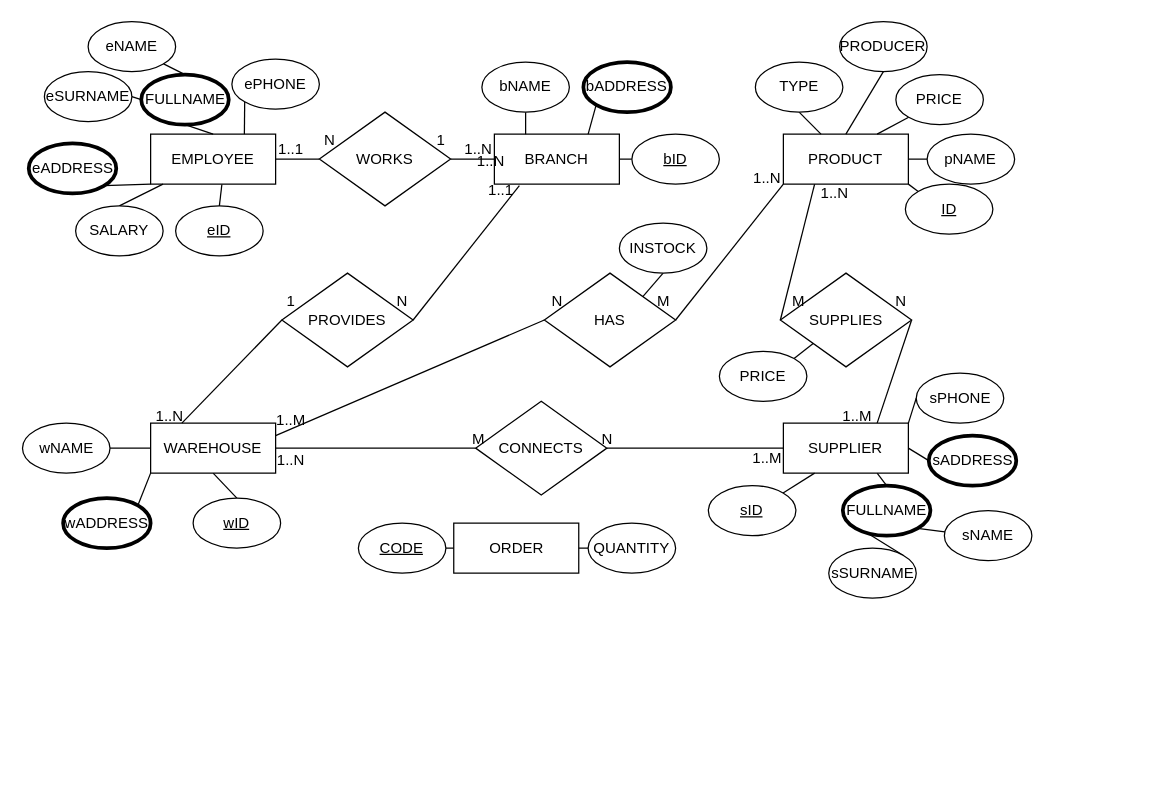
Earlier version of the draw.io diagram Untitled Diagram.drawio (ChrysiAlexan/Diagrams). Source tidied: cells renumbered, new cells numbered last; positions are measured from the earlier drawing's top-left corner, leaving out a move shared by most shapes. Both pictures are drawn from the tidied source at 125%, with x=0, y=0 at pixel (21, 21).
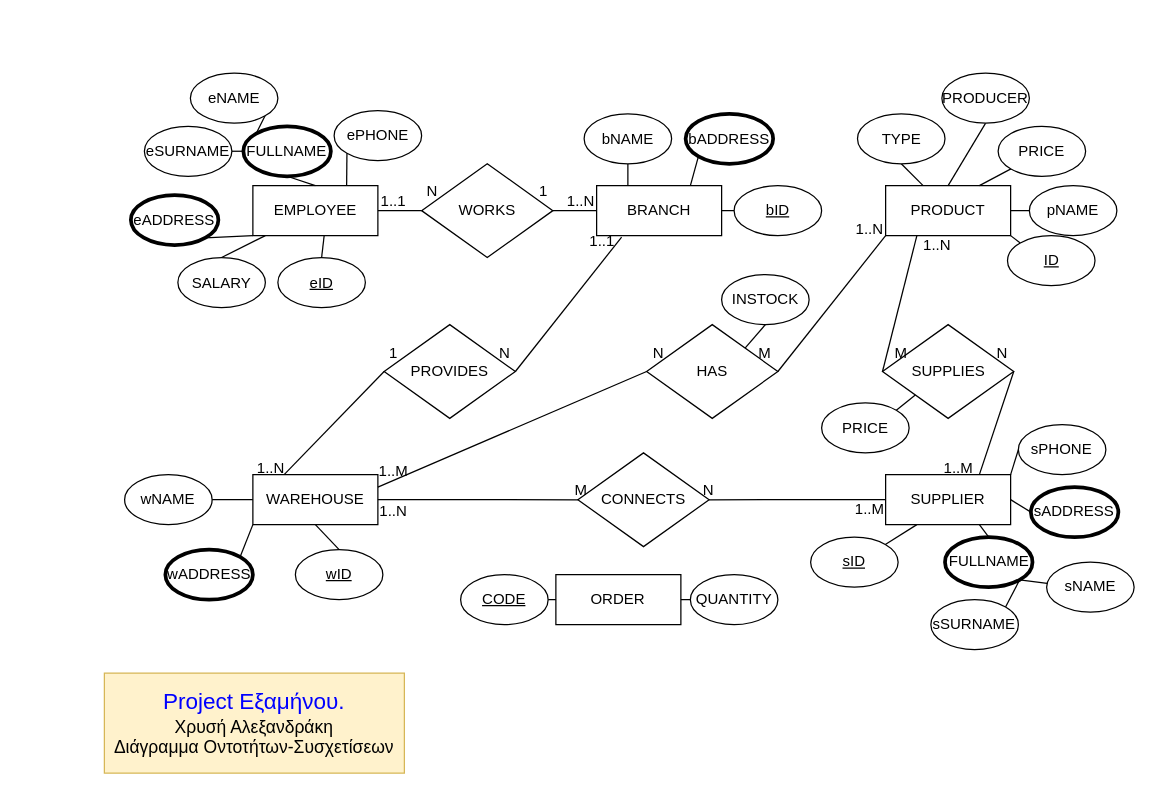
After the change.

Diff of the diagram source:
```diff
@@
     <mxCell id="3" value="WAREHOUSE" style="rounded=0;whiteSpace=wrap;html=1;labelBackgroundColor=none;" parent="1" vertex="1">
-      <mxGeometry x="103" y="321" width="100" height="40" as="geometry" />
+      <mxGeometry x="184.8" y="362.2" width="100" height="40" as="geometry" />
     </mxCell>
@@
     <mxCell id="5" value="BRANCH" style="rounded=0;whiteSpace=wrap;html=1;labelBackgroundColor=none;" parent="1" vertex="1">
-      <mxGeometry x="378" y="89.8" width="100" height="40" as="geometry" />
+      <mxGeometry x="459.8" y="131" width="100" height="40" as="geometry" />
     </mxCell>
@@
     <mxCell id="7" value="EMPLOYEE" style="rounded=0;whiteSpace=wrap;html=1;labelBackgroundColor=none;" parent="1" vertex="1">
-      <mxGeometry x="103" y="89.8" width="100" height="40" as="geometry" />
+      <mxGeometry x="184.8" y="131" width="100" height="40" as="geometry" />
     </mxCell>
     <mxCell id="8" value="ORDER" style="rounded=0;whiteSpace=wrap;html=1;labelBackgroundColor=none;" parent="1" vertex="1">
-      <mxGeometry x="345.5" y="401" width="100" height="40" as="geometry" />
+      <mxGeometry x="427.2" y="442.2" width="100" height="40" as="geometry" />
     </mxCell>
@@
     <mxCell id="13" value="SUPPLIER" style="rounded=0;whiteSpace=wrap;html=1;labelBackgroundColor=none;" parent="1" vertex="1">
-      <mxGeometry x="609.2" y="321" width="100" height="40" as="geometry" />
+      <mxGeometry x="691" y="362.2" width="100" height="40" as="geometry" />
     </mxCell>
@@
     <mxCell id="15" value="wNAME" style="ellipse;whiteSpace=wrap;html=1;labelBackgroundColor=none;rounded=0;" parent="1" vertex="1">
-      <mxGeometry x="0.5" y="321" width="70" height="40" as="geometry" />
+      <mxGeometry x="82.2" y="362.2" width="70" height="40" as="geometry" />
     </mxCell>
@@
     <mxCell id="17" value="bNAME" style="ellipse;whiteSpace=wrap;html=1;labelBackgroundColor=none;rounded=0;" parent="1" vertex="1">
-      <mxGeometry x="368" y="32.2" width="70" height="40" as="geometry" />
+      <mxGeometry x="449.8" y="73.5" width="70" height="40" as="geometry" />
     </mxCell>
+    <mxCell id="101" style="edgeStyle=none;rounded=0;jettySize=auto;html=1;exitX=1;exitY=1;exitDx=0;exitDy=0;entryX=0;entryY=0;entryDx=0;entryDy=0;fontSize=18;fontColor=#0000FF;endArrow=none;endFill=0;" parent="1" edge="1" source="18" target="32">
+      <mxGeometry relative="1" as="geometry" />
+    </mxCell>
     <mxCell id="18" value="eNAME" style="ellipse;whiteSpace=wrap;html=1;labelBackgroundColor=none;rounded=0;" parent="1" vertex="1">
-      <mxGeometry x="53" y="-0.2" width="70" height="40" as="geometry" />
+      <mxGeometry x="134.8" y="41" width="70" height="40" as="geometry" />
     </mxCell>
     <mxCell id="19" value="sNAME" style="ellipse;whiteSpace=wrap;html=1;labelBackgroundColor=none;rounded=0;" parent="1" vertex="1">
-      <mxGeometry x="738" y="391" width="70" height="40" as="geometry" />
+      <mxGeometry x="819.8" y="432.2" width="70" height="40" as="geometry" />
     </mxCell>
@@
     <mxCell id="21" value="bADDRESS" style="ellipse;whiteSpace=wrap;html=1;strokeWidth=3;labelBackgroundColor=none;rounded=0;" parent="1" vertex="1">
-      <mxGeometry x="449.2" y="32.2" width="70" height="40" as="geometry" />
+      <mxGeometry x="531" y="73.5" width="70" height="40" as="geometry" />
     </mxCell>
@@
     <mxCell id="23" value="eADDRESS" style="ellipse;whiteSpace=wrap;html=1;strokeWidth=3;labelBackgroundColor=none;rounded=0;" parent="1" vertex="1">
-      <mxGeometry x="5.5" y="97.2" width="70" height="40" as="geometry" />
+      <mxGeometry x="87.2" y="138.5" width="70" height="40" as="geometry" />
     </mxCell>
@@
     <mxCell id="25" value="wADDRESS" style="ellipse;whiteSpace=wrap;html=1;strokeWidth=3;labelBackgroundColor=none;rounded=0;" parent="1" vertex="1">
-      <mxGeometry x="33" y="381" width="70" height="40" as="geometry" />
+      <mxGeometry x="114.8" y="422.2" width="70" height="40" as="geometry" />
     </mxCell>
     <mxCell id="26" value="sADDRESS" style="ellipse;whiteSpace=wrap;html=1;strokeWidth=3;labelBackgroundColor=none;rounded=0;" parent="1" vertex="1">
-      <mxGeometry x="725.5" y="331" width="70" height="40" as="geometry" />
+      <mxGeometry x="807.2" y="372.2" width="70" height="40" as="geometry" />
     </mxCell>
@@
     <mxCell id="28" value="FULLNAME" style="ellipse;whiteSpace=wrap;html=1;strokeWidth=3;labelBackgroundColor=none;rounded=0;" parent="1" vertex="1">
-      <mxGeometry x="656.8" y="371" width="70" height="40" as="geometry" />
+      <mxGeometry x="738.5" y="412.2" width="70" height="40" as="geometry" />
     </mxCell>
-    <mxCell id="29" style="edgeStyle=none;rounded=0;jettySize=auto;html=1;exitX=0.5;exitY=0;exitDx=0;exitDy=0;entryX=1;entryY=1;entryDx=0;entryDy=0;endArrow=none;endFill=0;" parent="1" edge="1" source="32" target="18">
-      <mxGeometry relative="1" as="geometry" />
-    </mxCell>
@@
     <mxCell id="32" value="FULLNAME" style="ellipse;whiteSpace=wrap;html=1;strokeWidth=3;labelBackgroundColor=none;rounded=0;" parent="1" vertex="1">
-      <mxGeometry x="95.5" y="42.2" width="70" height="40" as="geometry" />
+      <mxGeometry x="177.2" y="83.5" width="70" height="40" as="geometry" />
     </mxCell>
@@
     <mxCell id="34" value="ePHONE" style="ellipse;whiteSpace=wrap;html=1;labelBackgroundColor=none;rounded=0;" parent="1" vertex="1">
-      <mxGeometry x="168" y="29.8" width="70" height="40" as="geometry" />
+      <mxGeometry x="249.8" y="71" width="70" height="40" as="geometry" />
     </mxCell>
     <mxCell id="35" value="sPHONE" style="ellipse;whiteSpace=wrap;html=1;labelBackgroundColor=none;rounded=0;" parent="1" vertex="1">
-      <mxGeometry x="715.5" y="281" width="70" height="40" as="geometry" />
+      <mxGeometry x="797.2" y="322.2" width="70" height="40" as="geometry" />
     </mxCell>
-    <mxCell id="36" style="edgeStyle=none;jettySize=auto;html=1;exitX=1;exitY=0;exitDx=0;exitDy=0;entryX=0.319;entryY=0.992;entryDx=0;entryDy=0;entryPerimeter=0;endArrow=none;endFill=0;elbow=vertical;" parent="1" edge="1" source="37" target="28">
+    <mxCell id="36" style="edgeStyle=none;rounded=0;jettySize=auto;html=1;exitX=1;exitY=0;exitDx=0;exitDy=0;entryX=1;entryY=1;entryDx=0;entryDy=0;fontSize=18;fontColor=#0000FF;endArrow=none;endFill=0;" parent="1" edge="1" source="37" target="28">
       <mxGeometry relative="1" as="geometry" />
     </mxCell>
     <mxCell id="37" value="sSURNAME" style="ellipse;whiteSpace=wrap;html=1;labelBackgroundColor=none;rounded=0;" parent="1" vertex="1">
-      <mxGeometry x="645.5" y="421" width="70" height="40" as="geometry" />
+      <mxGeometry x="727.2" y="462.2" width="70" height="40" as="geometry" />
     </mxCell>
     <mxCell id="38" value="eSURNAME" style="ellipse;whiteSpace=wrap;html=1;labelBackgroundColor=none;rounded=0;" parent="1" vertex="1">
-      <mxGeometry x="18" y="39.8" width="70" height="40" as="geometry" />
+      <mxGeometry x="98" y="83.5" width="70" height="40" as="geometry" />
     </mxCell>
@@
     <mxCell id="40" value="SALARY" style="ellipse;whiteSpace=wrap;html=1;labelBackgroundColor=none;rounded=0;" parent="1" vertex="1">
-      <mxGeometry x="43" y="147.2" width="70" height="40" as="geometry" />
+      <mxGeometry x="124.8" y="188.5" width="70" height="40" as="geometry" />
     </mxCell>
@@
     <mxCell id="42" value="eID" style="ellipse;whiteSpace=wrap;html=1;fontStyle=4;labelBorderColor=none;labelBackgroundColor=none;rounded=0;" parent="1" vertex="1">
-      <mxGeometry x="123" y="147.2" width="70" height="40" as="geometry" />
+      <mxGeometry x="204.8" y="188.5" width="70" height="40" as="geometry" />
     </mxCell>
@@
     <mxCell id="44" value="&lt;u&gt;CODE&lt;/u&gt;" style="ellipse;whiteSpace=wrap;html=1;labelBackgroundColor=none;rounded=0;" parent="1" vertex="1">
-      <mxGeometry x="269.2" y="401" width="70" height="40" as="geometry" />
+      <mxGeometry x="351" y="442.2" width="70" height="40" as="geometry" />
     </mxCell>
@@
     <mxCell id="46" value="QUANTITY" style="ellipse;whiteSpace=wrap;html=1;labelBackgroundColor=none;rounded=0;" parent="1" vertex="1">
-      <mxGeometry x="453" y="401" width="70" height="40" as="geometry" />
+      <mxGeometry x="534.8" y="442.2" width="70" height="40" as="geometry" />
     </mxCell>
@@
     <mxCell id="50" value="HAS" style="rhombus;whiteSpace=wrap;html=1;" parent="1" vertex="1">
-      <mxGeometry x="418" y="201" width="105" height="75" as="geometry" />
+      <mxGeometry x="499.8" y="242.2" width="105" height="75" as="geometry" />
     </mxCell>
@@
     <mxCell id="52" value="INSTOCK" style="ellipse;whiteSpace=wrap;html=1;labelBackgroundColor=none;rounded=0;" parent="1" vertex="1">
-      <mxGeometry x="478" y="161" width="70" height="40" as="geometry" />
+      <mxGeometry x="559.8" y="202.2" width="70" height="40" as="geometry" />
     </mxCell>
     <mxCell id="53" value="N" style="text;html=1;strokeColor=none;fillColor=none;align=center;verticalAlign=middle;whiteSpace=wrap;rounded=0;" parent="1" vertex="1">
-      <mxGeometry x="405.5" y="211" width="45" height="25" as="geometry" />
+      <mxGeometry x="487.2" y="252.2" width="45" height="25" as="geometry" />
     </mxCell>
     <mxCell id="54" value="M" style="text;html=1;strokeColor=none;fillColor=none;align=center;verticalAlign=middle;whiteSpace=wrap;rounded=0;" parent="1" vertex="1">
-      <mxGeometry x="490.5" y="211" width="45" height="25" as="geometry" />
+      <mxGeometry x="572.2" y="252.2" width="45" height="25" as="geometry" />
     </mxCell>
     <mxCell id="55" value="1..N" style="text;html=1;strokeColor=none;fillColor=none;align=center;verticalAlign=middle;whiteSpace=wrap;rounded=0;" parent="1" vertex="1">
-      <mxGeometry x="95.5" y="303.5" width="45" height="25" as="geometry" />
+      <mxGeometry x="177.2" y="344.8" width="45" height="25" as="geometry" />
     </mxCell>
     <mxCell id="56" value="SUPPLIES" style="rhombus;whiteSpace=wrap;html=1;" parent="1" vertex="1">
-      <mxGeometry x="606.8" y="201" width="105" height="75" as="geometry" />
+      <mxGeometry x="688.5" y="242.2" width="105" height="75" as="geometry" />
     </mxCell>
     <mxCell id="57" value="N" style="text;html=1;strokeColor=none;fillColor=none;align=center;verticalAlign=middle;whiteSpace=wrap;rounded=0;" parent="1" vertex="1">
-      <mxGeometry x="281.8" y="211" width="45" height="25" as="geometry" />
+      <mxGeometry x="363.5" y="252.2" width="45" height="25" as="geometry" />
     </mxCell>
     <mxCell id="58" value="1..N" style="text;html=1;strokeColor=none;fillColor=none;align=center;verticalAlign=middle;whiteSpace=wrap;rounded=0;" parent="1" vertex="1">
-      <mxGeometry x="574.2" y="112.2" width="45" height="25" as="geometry" />
+      <mxGeometry x="656" y="153.5" width="45" height="25" as="geometry" />
     </mxCell>
     <mxCell id="59" value="1" style="text;html=1;strokeColor=none;fillColor=none;align=center;verticalAlign=middle;whiteSpace=wrap;rounded=0;" parent="1" vertex="1">
-      <mxGeometry x="193" y="211" width="45" height="25" as="geometry" />
+      <mxGeometry x="274.8" y="252.2" width="45" height="25" as="geometry" />
     </mxCell>
     <mxCell id="60" value="1..1" style="text;html=1;strokeColor=none;fillColor=none;align=center;verticalAlign=middle;whiteSpace=wrap;rounded=0;" parent="1" vertex="1">
-      <mxGeometry x="360.5" y="122.2" width="45" height="25" as="geometry" />
+      <mxGeometry x="442.2" y="163.5" width="45" height="25" as="geometry" />
     </mxCell>
@@
     <mxCell id="62" value="WORKS" style="rhombus;whiteSpace=wrap;html=1;" parent="1" vertex="1">
-      <mxGeometry x="238" y="72.2" width="105" height="75" as="geometry" />
+      <mxGeometry x="319.8" y="113.5" width="105" height="75" as="geometry" />
     </mxCell>
     <mxCell id="63" value="1..1" style="text;html=1;strokeColor=none;fillColor=none;align=center;verticalAlign=middle;whiteSpace=wrap;rounded=0;" parent="1" vertex="1">
-      <mxGeometry x="193" y="89.8" width="45" height="25" as="geometry" />
+      <mxGeometry x="274.8" y="131" width="45" height="25" as="geometry" />
     </mxCell>
     <mxCell id="64" value="1..N" style="text;html=1;strokeColor=none;fillColor=none;align=center;verticalAlign=middle;whiteSpace=wrap;rounded=0;" parent="1" vertex="1">
-      <mxGeometry x="343" y="89.8" width="45" height="25" as="geometry" />
+      <mxGeometry x="424.8" y="131" width="45" height="25" as="geometry" />
     </mxCell>
     <mxCell id="65" value="N" style="text;html=1;strokeColor=none;fillColor=none;align=center;verticalAlign=middle;whiteSpace=wrap;rounded=0;" parent="1" vertex="1">
-      <mxGeometry x="224.2" y="82.2" width="45" height="25" as="geometry" />
+      <mxGeometry x="306" y="123.5" width="45" height="25" as="geometry" />
     </mxCell>
     <mxCell id="66" value="1" style="text;html=1;strokeColor=none;fillColor=none;align=center;verticalAlign=middle;whiteSpace=wrap;rounded=0;" parent="1" vertex="1">
-      <mxGeometry x="313" y="82.2" width="45" height="25" as="geometry" />
+      <mxGeometry x="394.8" y="123.5" width="45" height="25" as="geometry" />
     </mxCell>
     <mxCell id="67" style="edgeStyle=none;rounded=0;jettySize=auto;html=1;exitX=1;exitY=0.5;exitDx=0;exitDy=0;endArrow=none;endFill=0;" parent="1" edge="1" source="69">
       <mxGeometry relative="1" as="geometry">
-        <mxPoint x="398" y="131" as="targetPoint" />
+        <mxPoint x="479.8" y="172.2" as="targetPoint" />
       </mxGeometry>
     </mxCell>
@@
     <mxCell id="69" value="PROVIDES" style="rhombus;whiteSpace=wrap;html=1;" parent="1" vertex="1">
-      <mxGeometry x="208" y="201" width="105" height="75" as="geometry" />
+      <mxGeometry x="289.8" y="242.2" width="105" height="75" as="geometry" />
     </mxCell>
@@
     <mxCell id="72" value="CONNECTS" style="rhombus;whiteSpace=wrap;html=1;" parent="1" vertex="1">
-      <mxGeometry x="363" y="303.5" width="105" height="75" as="geometry" />
+      <mxGeometry x="444.8" y="344.8" width="105" height="75" as="geometry" />
     </mxCell>
@@
     <mxCell id="74" value="PRODUCT" style="rounded=0;whiteSpace=wrap;html=1;labelBackgroundColor=none;" parent="1" vertex="1">
-      <mxGeometry x="609.2" y="89.8" width="100" height="40" as="geometry" />
+      <mxGeometry x="691" y="131" width="100" height="40" as="geometry" />
     </mxCell>
@@
     <mxCell id="76" value="pNAME" style="ellipse;whiteSpace=wrap;html=1;labelBackgroundColor=none;rounded=0;" parent="1" vertex="1">
-      <mxGeometry x="724.2" y="89.8" width="70" height="40" as="geometry" />
+      <mxGeometry x="806" y="131" width="70" height="40" as="geometry" />
     </mxCell>
@@
     <mxCell id="78" value="TYPE" style="ellipse;whiteSpace=wrap;html=1;labelBackgroundColor=none;rounded=0;" parent="1" vertex="1">
-      <mxGeometry x="586.8" y="32.2" width="70" height="40" as="geometry" />
+      <mxGeometry x="668.5" y="73.5" width="70" height="40" as="geometry" />
     </mxCell>
@@
     <mxCell id="80" value="PRODUCER" style="ellipse;whiteSpace=wrap;html=1;labelBackgroundColor=none;rounded=0;" parent="1" vertex="1">
-      <mxGeometry x="654.2" y="-0.2" width="70" height="40" as="geometry" />
+      <mxGeometry x="736" y="41" width="70" height="40" as="geometry" />
     </mxCell>
@@
     <mxCell id="82" value="PRICE" style="ellipse;whiteSpace=wrap;html=1;labelBackgroundColor=none;rounded=0;" parent="1" vertex="1">
-      <mxGeometry x="699.2" y="42.2" width="70" height="40" as="geometry" />
+      <mxGeometry x="781" y="83.5" width="70" height="40" as="geometry" />
     </mxCell>
     <mxCell id="83" value="1..M" style="text;html=1;strokeColor=none;fillColor=none;align=center;verticalAlign=middle;whiteSpace=wrap;rounded=0;" parent="1" vertex="1">
-      <mxGeometry x="193" y="306" width="45" height="25" as="geometry" />
+      <mxGeometry x="274.8" y="347.2" width="45" height="25" as="geometry" />
     </mxCell>
@@
     <mxCell id="85" value="ID" style="ellipse;whiteSpace=wrap;html=1;fontStyle=4;labelBorderColor=none;labelBackgroundColor=none;rounded=0;" parent="1" vertex="1">
-      <mxGeometry x="706.8" y="129.8" width="70" height="40" as="geometry" />
+      <mxGeometry x="788.5" y="171" width="70" height="40" as="geometry" />
     </mxCell>
@@
     <mxCell id="87" value="sID" style="ellipse;whiteSpace=wrap;html=1;fontStyle=4;labelBorderColor=none;labelBackgroundColor=none;rounded=0;" parent="1" vertex="1">
-      <mxGeometry x="549.2" y="371" width="70" height="40" as="geometry" />
+      <mxGeometry x="631" y="412.2" width="70" height="40" as="geometry" />
     </mxCell>
     <mxCell id="88" value="bID" style="ellipse;whiteSpace=wrap;html=1;fontStyle=4;labelBorderColor=none;labelBackgroundColor=none;rounded=0;" parent="1" vertex="1">
-      <mxGeometry x="488" y="89.8" width="70" height="40" as="geometry" />
+      <mxGeometry x="569.8" y="131" width="70" height="40" as="geometry" />
     </mxCell>
     <mxCell id="89" value="wID" style="ellipse;whiteSpace=wrap;html=1;fontStyle=4;labelBorderColor=none;labelBackgroundColor=none;rounded=0;" parent="1" vertex="1">
-      <mxGeometry x="137" y="381" width="70" height="40" as="geometry" />
+      <mxGeometry x="218.8" y="422.2" width="70" height="40" as="geometry" />
     </mxCell>
-    <mxCell id="90" value="1..N" style="text;html=1;strokeColor=none;fillColor=none;align=center;verticalAlign=middle;whiteSpace=wrap;rounded=0;" parent="1" vertex="1">
-      <mxGeometry x="353" y="99.8" width="45" height="25" as="geometry" />
-    </mxCell>
     <mxCell id="91" value="1..N" style="text;html=1;strokeColor=none;fillColor=none;align=center;verticalAlign=middle;whiteSpace=wrap;rounded=0;" parent="1" vertex="1">
-      <mxGeometry x="193" y="338.5" width="45" height="25" as="geometry" />
+      <mxGeometry x="274.8" y="379.8" width="45" height="25" as="geometry" />
     </mxCell>
     <mxCell id="92" value="1..N" style="text;html=1;strokeColor=none;fillColor=none;align=center;verticalAlign=middle;whiteSpace=wrap;rounded=0;" parent="1" vertex="1">
-      <mxGeometry x="628" y="124.8" width="45" height="25" as="geometry" />
+      <mxGeometry x="709.8" y="166" width="45" height="25" as="geometry" />
     </mxCell>
     <mxCell id="93" value="1..M" style="text;html=1;strokeColor=none;fillColor=none;align=center;verticalAlign=middle;whiteSpace=wrap;rounded=0;" parent="1" vertex="1">
-      <mxGeometry x="574.2" y="336" width="45" height="25" as="geometry" />
+      <mxGeometry x="656" y="377.2" width="45" height="25" as="geometry" />
     </mxCell>
     <mxCell id="94" value="1..M" style="text;html=1;strokeColor=none;fillColor=none;align=center;verticalAlign=middle;whiteSpace=wrap;rounded=0;" parent="1" vertex="1">
-      <mxGeometry x="645.5" y="303.5" width="45" height="25" as="geometry" />
+      <mxGeometry x="727.2" y="344.8" width="45" height="25" as="geometry" />
     </mxCell>
     <mxCell id="95" value="N" style="text;html=1;strokeColor=none;fillColor=none;align=center;verticalAlign=middle;whiteSpace=wrap;rounded=0;" parent="1" vertex="1">
-      <mxGeometry x="445.5" y="321" width="45" height="25" as="geometry" />
+      <mxGeometry x="527.2" y="362.2" width="45" height="25" as="geometry" />
     </mxCell>
     <mxCell id="96" value="N" style="text;html=1;strokeColor=none;fillColor=none;align=center;verticalAlign=middle;whiteSpace=wrap;rounded=0;" parent="1" vertex="1">
-      <mxGeometry x="680.5" y="211" width="45" height="25" as="geometry" />
+      <mxGeometry x="762.2" y="252.2" width="45" height="25" as="geometry" />
     </mxCell>
     <mxCell id="97" value="M" style="text;html=1;strokeColor=none;fillColor=none;align=center;verticalAlign=middle;whiteSpace=wrap;rounded=0;" parent="1" vertex="1">
-      <mxGeometry x="599.2" y="211" width="45" height="25" as="geometry" />
+      <mxGeometry x="681" y="252.2" width="45" height="25" as="geometry" />
     </mxCell>
     <mxCell id="98" value="M" style="text;html=1;strokeColor=none;fillColor=none;align=center;verticalAlign=middle;whiteSpace=wrap;rounded=0;" parent="1" vertex="1">
-      <mxGeometry x="343" y="321" width="45" height="25" as="geometry" />
+      <mxGeometry x="424.8" y="362.2" width="45" height="25" as="geometry" />
     </mxCell>
@@
     <mxCell id="100" value="PRICE" style="ellipse;whiteSpace=wrap;html=1;labelBackgroundColor=none;rounded=0;" parent="1" vertex="1">
-      <mxGeometry x="558" y="263.5" width="70" height="40" as="geometry" />
+      <mxGeometry x="639.8" y="304.8" width="70" height="40" as="geometry" />
     </mxCell>
+    <mxCell id="102" value="&lt;font style=&quot;&quot;&gt;&lt;font style=&quot;font-size: 18px;&quot; color=&quot;#0000ff&quot;&gt;Project Εξαμήνου.&lt;/font&gt;&lt;br&gt;&lt;span style=&quot;font-size: 14px;&quot;&gt;Χρυσή Αλεξανδράκη&lt;/span&gt;&lt;br&gt;&lt;span style=&quot;font-size: 14px;&quot;&gt;Διάγραμμα Οντοτήτων-Συσχετίσεων&lt;/span&gt;&lt;/font&gt;" style="text;html=1;strokeColor=#d6b656;fillColor=#fff2cc;align=center;verticalAlign=middle;whiteSpace=wrap;rounded=0;" parent="1" vertex="1">
+      <mxGeometry x="66" y="521" width="240" height="80" as="geometry" />
+    </mxCell>
```
